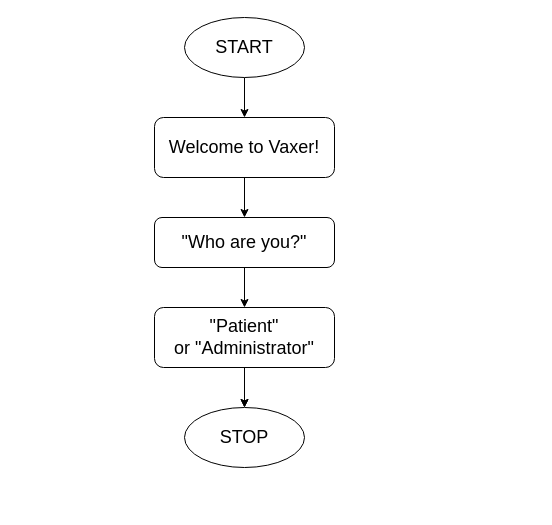
Before: flowchart/greet.drawio in quantum-corn/vaxer, a draw.io diagram. Source tidied: cells renumbered, new cells numbered last; positions are measured from the earlier drawing's top-left corner, leaving out a move shared by most shapes. Both pictures are drawn from the tidied source at 100%, with x=0, y=0 at pixel (154, 17).
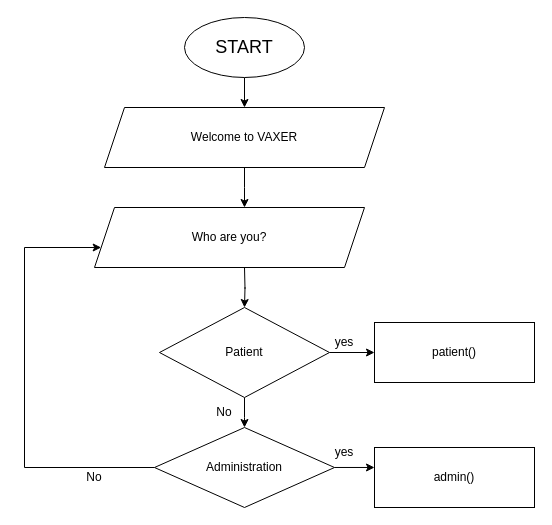
Above is the later version.

The change refers to these unchanged cells:
```xml
<mxCell id="3" value="&lt;font style=&quot;font-size: 18px&quot;&gt;START&lt;/font&gt;" style="ellipse;whiteSpace=wrap;html=1;" parent="1" vertex="1">
  <mxGeometry x="30" width="120" height="60" as="geometry" />
</mxCell>
```

The edit, as a diff of the source:
```diff
@@
-    <mxCell id="2" style="edgeStyle=orthogonalEdgeStyle;rounded=0;jettySize=auto;html=1;" parent="1" edge="1" source="3" target="5">
-      <mxGeometry relative="1" as="geometry" />
-    </mxCell>
+    <mxCell id="12" style="edgeStyle=orthogonalEdgeStyle;rounded=0;jettySize=auto;html=1;entryX=0.5;entryY=0;entryDx=0;entryDy=0;" parent="1" edge="1" source="3" target="14">
+      <mxGeometry relative="1" as="geometry" />
+    </mxCell>
@@
-    <mxCell id="4" style="edgeStyle=orthogonalEdgeStyle;rounded=0;jettySize=auto;html=1;fontSize=18;" parent="1" edge="1" source="5" target="7">
-      <mxGeometry relative="1" as="geometry" />
-    </mxCell>
-    <mxCell id="5" value="&lt;font style=&quot;font-size: 18px&quot;&gt;Welcome to Vaxer!&lt;/font&gt;" style="rounded=1;whiteSpace=wrap;html=1;" parent="1" vertex="1">
-      <mxGeometry y="100" width="180" height="60" as="geometry" />
-    </mxCell>
-    <mxCell id="6" style="edgeStyle=orthogonalEdgeStyle;rounded=0;jettySize=auto;html=1;fontSize=18;" parent="1" edge="1" source="7" target="10">
-      <mxGeometry relative="1" as="geometry" />
+    <mxCell id="6" style="edgeStyle=orthogonalEdgeStyle;rounded=0;orthogonalLoop=1;jettySize=auto;html=1;fontSize=18;" parent="1" edge="1">
+      <mxGeometry relative="1" as="geometry">
+        <mxPoint x="90" y="250" as="sourcePoint" />
+        <mxPoint x="90" y="290" as="targetPoint" />
+      </mxGeometry>
     </mxCell>
-    <mxCell id="7" value="&quot;Who are you?&quot;" style="rounded=1;whiteSpace=wrap;html=1;fontSize=18;" parent="1" vertex="1">
-      <mxGeometry y="200" width="180" height="50" as="geometry" />
-    </mxCell>
-    <mxCell id="8" style="edgeStyle=orthogonalEdgeStyle;rounded=0;jettySize=auto;html=1;fontSize=18;" parent="1" edge="1" source="10">
-      <mxGeometry relative="1" as="geometry">
-        <mxPoint x="90" y="390" as="targetPoint" />
-      </mxGeometry>
-    </mxCell>
-    <mxCell id="9" style="edgeStyle=orthogonalEdgeStyle;rounded=0;jettySize=auto;html=1;fontSize=18;" parent="1" edge="1" source="10" target="11">
-      <mxGeometry relative="1" as="geometry" />
-    </mxCell>
-    <mxCell id="10" value="&quot;Patient&quot; or&amp;nbsp;&quot;Administrator&quot;" style="rounded=1;whiteSpace=wrap;html=1;fontSize=18;" parent="1" vertex="1">
-      <mxGeometry y="290" width="180" height="60" as="geometry" />
-    </mxCell>
-    <mxCell id="11" value="STOP" style="ellipse;whiteSpace=wrap;html=1;fontSize=18;" parent="1" vertex="1">
-      <mxGeometry x="30" y="390" width="120" height="60" as="geometry" />
-    </mxCell>
+    <mxCell id="13" style="edgeStyle=orthogonalEdgeStyle;rounded=0;jettySize=auto;html=1;" parent="1" edge="1" source="14">
+      <mxGeometry relative="1" as="geometry">
+        <mxPoint x="90" y="190" as="targetPoint" />
+      </mxGeometry>
+    </mxCell>
+    <mxCell id="14" value="Welcome to VAXER" style="shape=parallelogram;perimeter=parallelogramPerimeter;whiteSpace=wrap;html=1;fixedSize=1;" parent="1" vertex="1">
+      <mxGeometry x="-50" y="90" width="280" height="60" as="geometry" />
+    </mxCell>
+    <mxCell id="15" value="Who are you?" style="shape=parallelogram;perimeter=parallelogramPerimeter;whiteSpace=wrap;html=1;fixedSize=1;" parent="1" vertex="1">
+      <mxGeometry x="-60" y="190" width="270" height="60" as="geometry" />
+    </mxCell>
+    <mxCell id="16" style="edgeStyle=orthogonalEdgeStyle;rounded=0;jettySize=auto;html=1;" parent="1" edge="1" source="18">
+      <mxGeometry relative="1" as="geometry">
+        <mxPoint x="220" y="335" as="targetPoint" />
+      </mxGeometry>
+    </mxCell>
+    <mxCell id="17" style="edgeStyle=orthogonalEdgeStyle;rounded=0;jettySize=auto;html=1;" parent="1" edge="1" source="18">
+      <mxGeometry relative="1" as="geometry">
+        <mxPoint x="90" y="410" as="targetPoint" />
+      </mxGeometry>
+    </mxCell>
+    <mxCell id="18" value="Patient" style="rhombus;whiteSpace=wrap;html=1;" parent="1" vertex="1">
+      <mxGeometry x="5" y="290" width="170" height="90" as="geometry" />
+    </mxCell>
+    <mxCell id="19" value="yes" style="text;html=1;strokeColor=none;fillColor=none;align=center;verticalAlign=middle;whiteSpace=wrap;rounded=0;" parent="1" vertex="1">
+      <mxGeometry x="160" y="310" width="60" height="30" as="geometry" />
+    </mxCell>
+    <mxCell id="20" value="patient()" style="rounded=0;whiteSpace=wrap;html=1;" parent="1" vertex="1">
+      <mxGeometry x="220" y="305" width="160" height="60" as="geometry" />
+    </mxCell>
+    <mxCell id="21" value="No" style="text;html=1;strokeColor=none;fillColor=none;align=center;verticalAlign=middle;whiteSpace=wrap;rounded=0;" parent="1" vertex="1">
+      <mxGeometry x="40" y="380" width="60" height="30" as="geometry" />
+    </mxCell>
+    <mxCell id="22" style="edgeStyle=orthogonalEdgeStyle;rounded=0;jettySize=auto;html=1;entryX=0;entryY=0.333;entryDx=0;entryDy=0;entryPerimeter=0;" parent="1" edge="1" source="24" target="25">
+      <mxGeometry relative="1" as="geometry" />
+    </mxCell>
+    <mxCell id="23" style="edgeStyle=orthogonalEdgeStyle;rounded=0;jettySize=auto;html=1;" parent="1" edge="1" source="24" target="15">
+      <mxGeometry relative="1" as="geometry">
+        <Array as="points">
+          <mxPoint x="-130" y="450" />
+          <mxPoint x="-130" y="230" />
+        </Array>
+      </mxGeometry>
+    </mxCell>
+    <mxCell id="24" value="Administration" style="rhombus;whiteSpace=wrap;html=1;" parent="1" vertex="1">
+      <mxGeometry y="410" width="180" height="80" as="geometry" />
+    </mxCell>
+    <mxCell id="25" value="admin()" style="whiteSpace=wrap;html=1;" parent="1" vertex="1">
+      <mxGeometry x="220" y="430" width="160" height="60" as="geometry" />
+    </mxCell>
+    <mxCell id="26" value="yes" style="text;html=1;strokeColor=none;fillColor=none;align=center;verticalAlign=middle;whiteSpace=wrap;rounded=0;" parent="1" vertex="1">
+      <mxGeometry x="160" y="420" width="60" height="30" as="geometry" />
+    </mxCell>
+    <mxCell id="27" value="No" style="text;html=1;strokeColor=none;fillColor=none;align=center;verticalAlign=middle;whiteSpace=wrap;rounded=0;" parent="1" vertex="1">
+      <mxGeometry x="-90" y="445" width="60" height="30" as="geometry" />
+    </mxCell>
```
